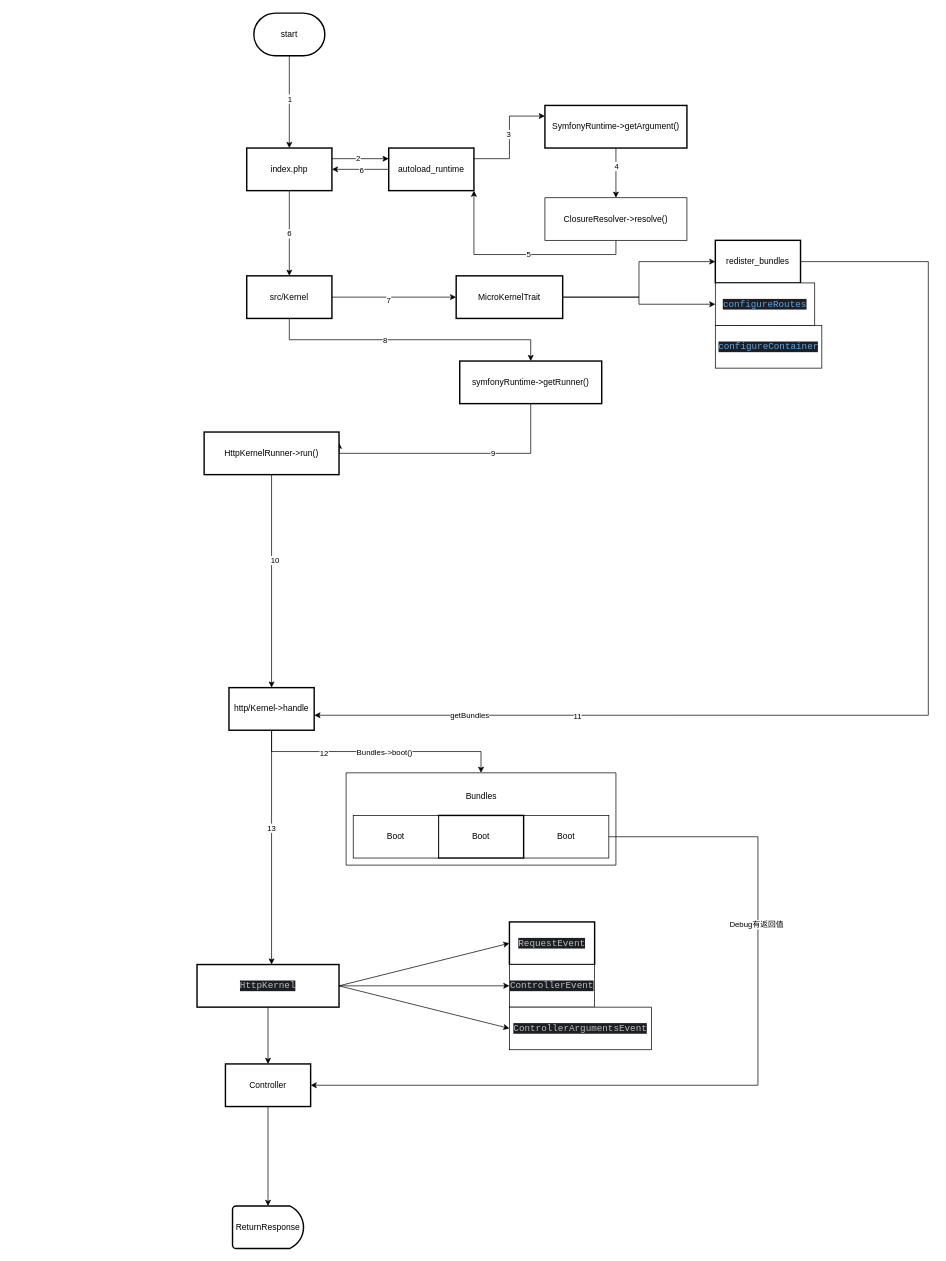
calvin-dean/draw keeps this draw.io diagram as symfony-request.drawio. Above is the earlier version. Source tidied: cells renumbered, new cells numbered last; positions are measured from the earlier drawing's top-left corner, leaving out a move shared by most shapes. Both pictures are drawn from the tidied source at 71%, with x=0, y=0 at pixel (197, 13).
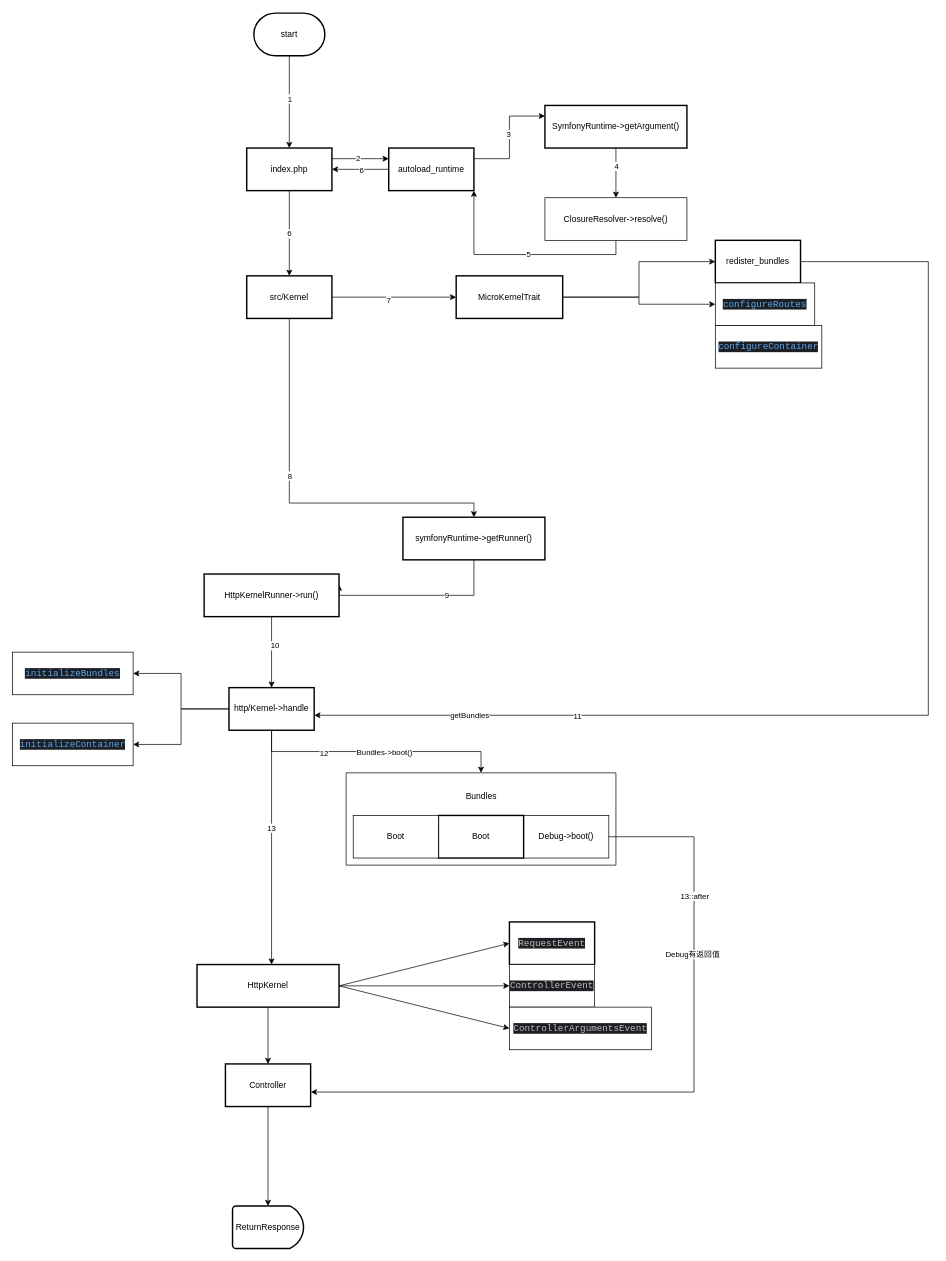
The same page after the edit.

The change refers to these unchanged cells:
```xml
<mxCell id="38" value="http/Kernel-&amp;gt;handle" style="whiteSpace=wrap;html=1;strokeWidth=2;" parent="1" vertex="1">
  <mxGeometry x="45" y="950" width="120" height="60" as="geometry" />
</mxCell>
<mxCell id="41" value="src/Kernel" style="whiteSpace=wrap;html=1;strokeWidth=2;" parent="1" vertex="1">
  <mxGeometry x="70" y="370" width="120" height="60" as="geometry" />
</mxCell>
<mxCell id="51" style="swimlane;startSize=0;" parent="1" vertex="1">
  <mxGeometry x="210" y="1070" width="380" height="130" as="geometry" />
</mxCell>
<mxCell id="60" value="Controller" style="whiteSpace=wrap;html=1;strokeWidth=2;" parent="1" vertex="1">
  <mxGeometry x="40" y="1480" width="120" height="60" as="geometry" />
</mxCell>
```

Change to the diagram source:
```diff
@@
     <mxCell id="18" style="edgeStyle=orthogonalEdgeStyle;rounded=0;jettySize=auto;html=1;exitX=0.5;exitY=1;exitDx=0;exitDy=0;" parent="1" edge="1" source="41" target="22">
-      <mxGeometry relative="1" as="geometry" />
+      <mxGeometry relative="1" as="geometry">
+        <Array as="points">
+          <mxPoint x="130" y="690" />
+          <mxPoint x="390" y="690" />
+        </Array>
+      </mxGeometry>
     </mxCell>
@@
     <mxCell id="20" style="edgeStyle=orthogonalEdgeStyle;rounded=0;jettySize=auto;html=1;exitX=0.5;exitY=1;exitDx=0;exitDy=0;entryX=1;entryY=0.25;entryDx=0;entryDy=0;" parent="1" edge="1" source="22" target="25">
       <mxGeometry relative="1" as="geometry">
         <Array as="points">
-          <mxPoint x="470" y="620" />
-          <mxPoint x="200" y="620" />
+          <mxPoint x="390" y="820" />
+          <mxPoint x="200" y="820" />
         </Array>
       </mxGeometry>
     </mxCell>
@@
     <mxCell id="22" value="symfonyRuntime-&amp;gt;getRunner()" style="whiteSpace=wrap;html=1;strokeWidth=2;" parent="1" vertex="1">
-      <mxGeometry x="370" y="490" width="200" height="60" as="geometry" />
+      <mxGeometry x="290" y="710" width="200" height="60" as="geometry" />
     </mxCell>
@@
     <mxCell id="25" value="HttpKernelRunner-&amp;gt;run()" style="whiteSpace=wrap;html=1;strokeWidth=2;" parent="1" vertex="1">
-      <mxGeometry x="10" y="590" width="190" height="60" as="geometry" />
+      <mxGeometry x="10" y="790" width="190" height="60" as="geometry" />
     </mxCell>
@@
-    <mxCell id="27" value="&lt;div style=&quot;background-color:#1e1f22;color:#bcbec4&quot;&gt;&lt;pre style=&quot;font-family:'JetBrains Mono',monospace;font-size:9.8pt;&quot;&gt;HttpKernel&lt;/pre&gt;&lt;/div&gt;" style="whiteSpace=wrap;html=1;strokeWidth=2;" parent="1" vertex="1">
+    <mxCell id="27" value="HttpKernel" style="whiteSpace=wrap;html=1;strokeWidth=2;" parent="1" vertex="1">
       <mxGeometry y="1340" width="200" height="60" as="geometry" />
     </mxCell>
@@
+    <mxCell id="65" style="edgeStyle=orthogonalEdgeStyle;rounded=0;jettySize=auto;html=1;exitX=0;exitY=0.5;exitDx=0;exitDy=0;entryX=1;entryY=0.5;entryDx=0;entryDy=0;" parent="1" edge="1" source="38" target="69">
+      <mxGeometry relative="1" as="geometry" />
+    </mxCell>
+    <mxCell id="66" style="edgeStyle=orthogonalEdgeStyle;rounded=0;jettySize=auto;html=1;exitX=0;exitY=0.5;exitDx=0;exitDy=0;entryX=1;entryY=0.5;entryDx=0;entryDy=0;" parent="1" edge="1" source="38" target="68">
+      <mxGeometry relative="1" as="geometry" />
+    </mxCell>
@@
-    <mxCell id="53" value="Boot" style="rounded=0;whiteSpace=wrap;html=1;" parent="51" vertex="1">
+    <mxCell id="53" value="Debug-&amp;gt;boot()" style="rounded=0;whiteSpace=wrap;html=1;" parent="51" vertex="1">
       <mxGeometry x="250" y="60" width="120" height="60" as="geometry" />
     </mxCell>
@@
-    <mxCell id="62" style="edgeStyle=orthogonalEdgeStyle;rounded=0;jettySize=auto;html=1;exitX=1;exitY=0.5;exitDx=0;exitDy=0;entryX=1;entryY=0.5;entryDx=0;entryDy=0;" parent="1" edge="1" source="53" target="60">
+    <mxCell id="62" style="edgeStyle=orthogonalEdgeStyle;rounded=0;jettySize=auto;html=1;exitX=1;exitY=0.5;exitDx=0;exitDy=0;entryX=1.003;entryY=0.66;entryDx=0;entryDy=0;entryPerimeter=0;" parent="1" edge="1" source="53" target="60">
       <mxGeometry relative="1" as="geometry">
         <Array as="points">
-          <mxPoint x="790" y="1160" />
-          <mxPoint x="790" y="1510" />
+          <mxPoint x="700" y="1160" />
+          <mxPoint x="700" y="1520" />
         </Array>
       </mxGeometry>
     </mxCell>
@@
+    <mxCell id="67" value="13::after" style="edgeLabel;html=1;align=center;verticalAlign=middle;" parent="62" vertex="1">
+      <mxGeometry x="-0.74" relative="1" as="geometry">
+        <mxPoint y="70" as="offset" />
+      </mxGeometry>
+    </mxCell>
@@
+    <mxCell id="68" value="&lt;div style=&quot;background-color:#1e1f22;color:#bcbec4&quot;&gt;&lt;pre style=&quot;font-family:'JetBrains Mono',monospace;font-size:9.8pt;&quot;&gt;&lt;span style=&quot;color:#56a8f5;&quot;&gt;initializeContainer&lt;/span&gt;&lt;/pre&gt;&lt;/div&gt;" style="rounded=0;whiteSpace=wrap;html=1;" parent="1" vertex="1">
+      <mxGeometry x="-260" y="1000" width="170" height="60" as="geometry" />
+    </mxCell>
+    <mxCell id="69" value="&lt;div style=&quot;background-color:#1e1f22;color:#bcbec4&quot;&gt;&lt;pre style=&quot;font-family:'JetBrains Mono',monospace;font-size:9.8pt;&quot;&gt;&lt;span style=&quot;color:#57aaf7;&quot;&gt;initializeBundles&lt;/span&gt;&lt;/pre&gt;&lt;/div&gt;" style="whiteSpace=wrap;html=1;" parent="1" vertex="1">
+      <mxGeometry x="-260" y="900" width="170" height="60" as="geometry" />
+    </mxCell>
```
